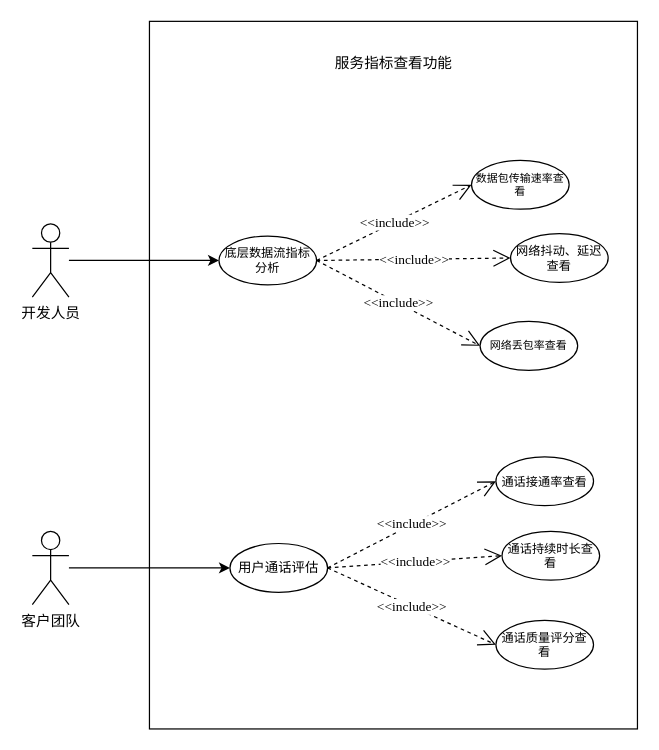
Before: page "第 5 页" (6 of 8) of 未命名绘图.drawio in hjjkk/cpp_interview, a draw.io diagram. Source tidied: cells renumbered, new cells numbered last; positions are measured from the earlier drawing's top-left corner, leaving out a move shared by most shapes. Both pictures are drawn from the tidied source at 122%, with x=0, y=0 at pixel (32, 21).
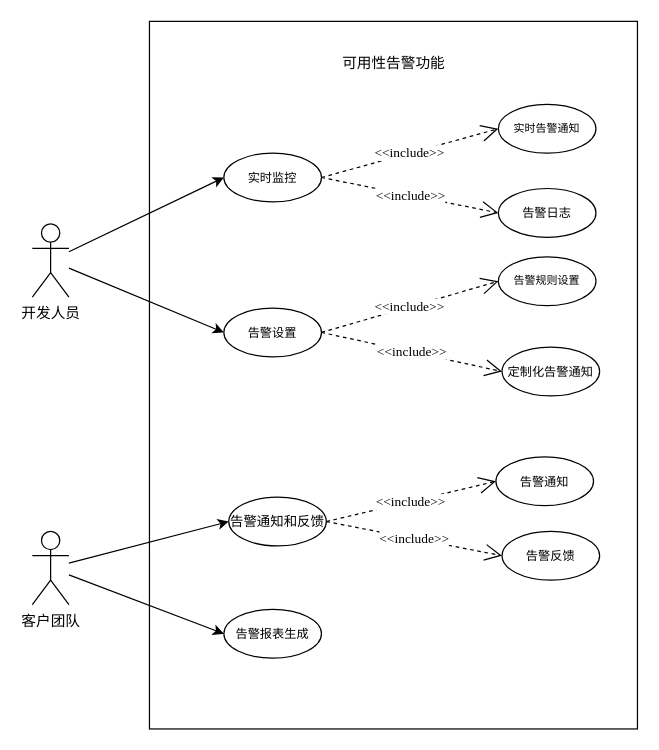
The same page after the edit.

The change refers to these unchanged cells:
```xml
<mxCell id="5" value="开发人员" style="shape=umlActor;verticalLabelPosition=bottom;verticalAlign=top;html=1;outlineConnect=0;fontFamily=Times New Roman;" parent="1" vertex="1">
  <mxGeometry y="166" width="30" height="60" as="geometry" />
</mxCell>
<mxCell id="19" value="客户团队" style="shape=umlActor;verticalLabelPosition=bottom;verticalAlign=top;html=1;outlineConnect=0;fontFamily=Times New Roman;" parent="1" vertex="1">
  <mxGeometry y="418" width="30" height="60" as="geometry" />
</mxCell>
```

Change to the diagram source:
```diff
@@
+    <mxCell id="22" style="rounded=0;jettySize=auto;html=1;entryX=0;entryY=0.5;entryDx=0;entryDy=0;" parent="1" edge="1" source="5" target="24">
+      <mxGeometry relative="1" as="geometry" />
+    </mxCell>
@@
-    <mxCell id="6" value="底层数据流指标分析" style="ellipse;whiteSpace=wrap;html=1;fontFamily=Times New Roman;fontSize=10;" parent="1" vertex="1">
-      <mxGeometry x="153" y="176" width="80" height="40" as="geometry" />
+    <mxCell id="6" value="实时监控" style="ellipse;whiteSpace=wrap;html=1;fontFamily=Times New Roman;fontSize=10;" parent="1" vertex="1">
+      <mxGeometry x="157" y="108" width="80" height="40" as="geometry" />
     </mxCell>
-    <mxCell id="7" value="网络抖动、延迟查看" style="ellipse;whiteSpace=wrap;html=1;fontFamily=Times New Roman;fontSize=10;" parent="1" vertex="1">
-      <mxGeometry x="392" y="174" width="80" height="40" as="geometry" />
+    <mxCell id="7" value="告警日志" style="ellipse;whiteSpace=wrap;html=1;fontFamily=Times New Roman;fontSize=10;" parent="1" vertex="1">
+      <mxGeometry x="382" y="137" width="80" height="40" as="geometry" />
     </mxCell>
-    <mxCell id="8" value="网络丢包率查看" style="ellipse;whiteSpace=wrap;html=1;fontFamily=Times New Roman;fontSize=9;" parent="1" vertex="1">
-      <mxGeometry x="367" y="246" width="80" height="40" as="geometry" />
-    </mxCell>
-    <mxCell id="9" value="服务指标查看功能" style="text;html=1;strokeColor=none;fillColor=none;align=center;verticalAlign=middle;whiteSpace=wrap;rounded=0;fontFamily=Times New Roman;" parent="1" vertex="1">
+    <mxCell id="9" value="可用性告警功能" style="text;html=1;strokeColor=none;fillColor=none;align=center;verticalAlign=middle;whiteSpace=wrap;rounded=0;fontFamily=Times New Roman;" parent="1" vertex="1">
       <mxGeometry x="198.5" y="20" width="195" height="30" as="geometry" />
     </mxCell>
@@
-    <mxCell id="11" value="&amp;lt;&amp;lt;include&amp;gt;&amp;gt;" style="endArrow=open;endSize=12;dashed=1;html=1;rounded=0;exitX=1;exitY=0.5;exitDx=0;exitDy=0;entryX=0;entryY=0.5;entryDx=0;entryDy=0;fontFamily=Times New Roman;" parent="1" edge="1" source="6" target="8">
-      <mxGeometry relative="1" as="geometry" />
-    </mxCell>
-    <mxCell id="12" value="数据包传输速率查看" style="ellipse;whiteSpace=wrap;html=1;fontFamily=Times New Roman;fontSize=9;" parent="1" vertex="1">
-      <mxGeometry x="360" y="114" width="80" height="40" as="geometry" />
+    <mxCell id="12" value="实时告警通知" style="ellipse;whiteSpace=wrap;html=1;fontFamily=Times New Roman;fontSize=9;" parent="1" vertex="1">
+      <mxGeometry x="382" y="68" width="80" height="40" as="geometry" />
     </mxCell>
@@
-    <mxCell id="14" value="用户通话评估" style="ellipse;whiteSpace=wrap;html=1;fontFamily=Times New Roman;fontSize=11;" parent="1" vertex="1">
-      <mxGeometry x="162" y="428" width="80" height="40" as="geometry" />
+    <mxCell id="14" value="告警通知和反馈" style="ellipse;whiteSpace=wrap;html=1;fontFamily=Times New Roman;fontSize=11;" parent="1" vertex="1">
+      <mxGeometry x="161" y="390" width="80" height="40" as="geometry" />
     </mxCell>
-    <mxCell id="15" value="通话接通率查看" style="ellipse;whiteSpace=wrap;html=1;fontFamily=Times New Roman;fontSize=10;" parent="1" vertex="1">
+    <mxCell id="15" value="告警通知" style="ellipse;whiteSpace=wrap;html=1;fontFamily=Times New Roman;fontSize=10;" parent="1" vertex="1">
       <mxGeometry x="380" y="357" width="80" height="40" as="geometry" />
     </mxCell>
-    <mxCell id="16" value="通话持续时长查看" style="ellipse;whiteSpace=wrap;html=1;fontFamily=Times New Roman;fontSize=10;" parent="1" vertex="1">
+    <mxCell id="16" value="告警反馈" style="ellipse;whiteSpace=wrap;html=1;fontFamily=Times New Roman;fontSize=10;" parent="1" vertex="1">
       <mxGeometry x="385" y="418" width="80" height="40" as="geometry" />
     </mxCell>
@@
+    <mxCell id="23" style="rounded=0;jettySize=auto;html=1;entryX=0;entryY=0.5;entryDx=0;entryDy=0;" parent="1" edge="1" source="19" target="20">
+      <mxGeometry relative="1" as="geometry" />
+    </mxCell>
@@
-    <mxCell id="20" value="通话质量评分查看" style="ellipse;whiteSpace=wrap;html=1;fontFamily=Times New Roman;fontSize=10;" parent="1" vertex="1">
-      <mxGeometry x="380" y="491" width="80" height="40" as="geometry" />
+    <mxCell id="20" value="告警报表生成" style="ellipse;whiteSpace=wrap;html=1;fontFamily=Times New Roman;fontSize=10;" parent="1" vertex="1">
+      <mxGeometry x="157" y="482" width="80" height="40" as="geometry" />
     </mxCell>
-    <mxCell id="21" value="&amp;lt;&amp;lt;include&amp;gt;&amp;gt;" style="endArrow=open;endSize=12;dashed=1;html=1;rounded=0;exitX=1;exitY=0.5;exitDx=0;exitDy=0;entryX=0;entryY=0.5;entryDx=0;entryDy=0;fontFamily=Times New Roman;" parent="1" edge="1" source="14" target="20">
-      <mxGeometry relative="1" as="geometry" />
-    </mxCell>
+    <mxCell id="24" value="告警设置" style="ellipse;whiteSpace=wrap;html=1;fontFamily=Times New Roman;fontSize=10;" parent="1" vertex="1">
+      <mxGeometry x="157" y="235" width="80" height="40" as="geometry" />
+    </mxCell>
+    <mxCell id="25" value="定制化告警通知" style="ellipse;whiteSpace=wrap;html=1;fontFamily=Times New Roman;fontSize=10;" parent="1" vertex="1">
+      <mxGeometry x="385" y="267" width="80" height="40" as="geometry" />
+    </mxCell>
+    <mxCell id="26" value="&amp;lt;&amp;lt;include&amp;gt;&amp;gt;" style="endArrow=open;endSize=12;dashed=1;html=1;rounded=0;exitX=1;exitY=0.5;exitDx=0;exitDy=0;entryX=0;entryY=0.5;entryDx=0;entryDy=0;fontFamily=Times New Roman;" parent="1" edge="1" source="24" target="25">
+      <mxGeometry relative="1" as="geometry" />
+    </mxCell>
+    <mxCell id="27" value="告警规则设置" style="ellipse;whiteSpace=wrap;html=1;fontFamily=Times New Roman;fontSize=9;" parent="1" vertex="1">
+      <mxGeometry x="382" y="193" width="80" height="40" as="geometry" />
+    </mxCell>
+    <mxCell id="28" value="&amp;lt;&amp;lt;include&amp;gt;&amp;gt;" style="endArrow=open;endSize=12;dashed=1;html=1;rounded=0;exitX=1;exitY=0.5;exitDx=0;exitDy=0;entryX=0;entryY=0.5;entryDx=0;entryDy=0;fontFamily=Times New Roman;" parent="1" edge="1" source="24" target="27">
+      <mxGeometry relative="1" as="geometry" />
+    </mxCell>
```
